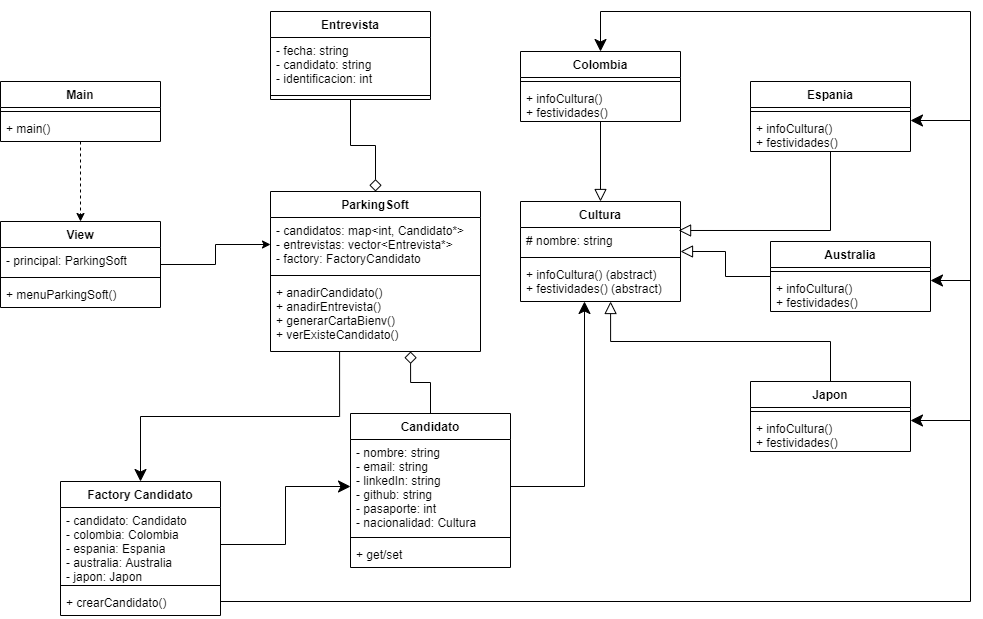
The draw.io diagram Diagrama/Diagrama clases - Recruitment.png in IsaacEscobar/Recruitment-IER-EDLF, before a commit. Source tidied: cells renumbered, new cells last; positions are measured from the earlier drawing's top-left corner, leaving out a move shared by most shapes.
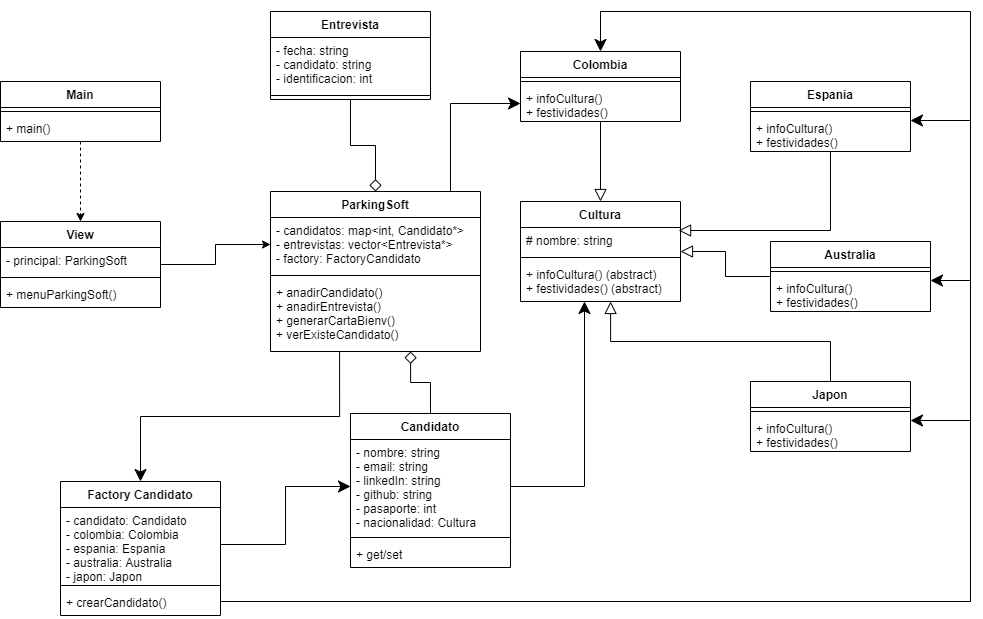
After the commit.

Commit message:
Diagrama ahora si esta terminado xdxdxdd

The edit, as a diff of the source:
```diff
@@ -32,6 +32,13 @@
     <mxCell id="11" style="edgeStyle=orthogonalEdgeStyle;rounded=0;jettySize=auto;html=1;entryX=0.5;entryY=0;entryDx=0;entryDy=0;startArrow=none;startFill=0;endArrow=classic;endFill=1;startSize=10;endSize=10;strokeWidth=1;exitX=0.329;exitY=1;exitDx=0;exitDy=0;exitPerimeter=0;" parent="1" edge="1" source="15" target="34">
       <mxGeometry relative="1" as="geometry" />
     </mxCell>
+    <mxCell id="55" style="edgeStyle=orthogonalEdgeStyle;rounded=0;jettySize=auto;html=1;entryX=0;entryY=0.5;entryDx=0;entryDy=0;endArrow=classic;endFill=1;endSize=10;" parent="1" edge="1" source="12" target="42">
+      <mxGeometry relative="1" as="geometry">
+        <Array as="points">
+          <mxPoint x="450" y="92" />
+        </Array>
+      </mxGeometry>
+    </mxCell>
     <mxCell id="12" value="ParkingSoft" style="swimlane;fontStyle=1;align=center;verticalAlign=top;horizontal=1;startSize=26;" parent="1" vertex="1">
       <mxGeometry x="270" y="180" width="210" height="160" as="geometry" />
     </mxCell>
```
